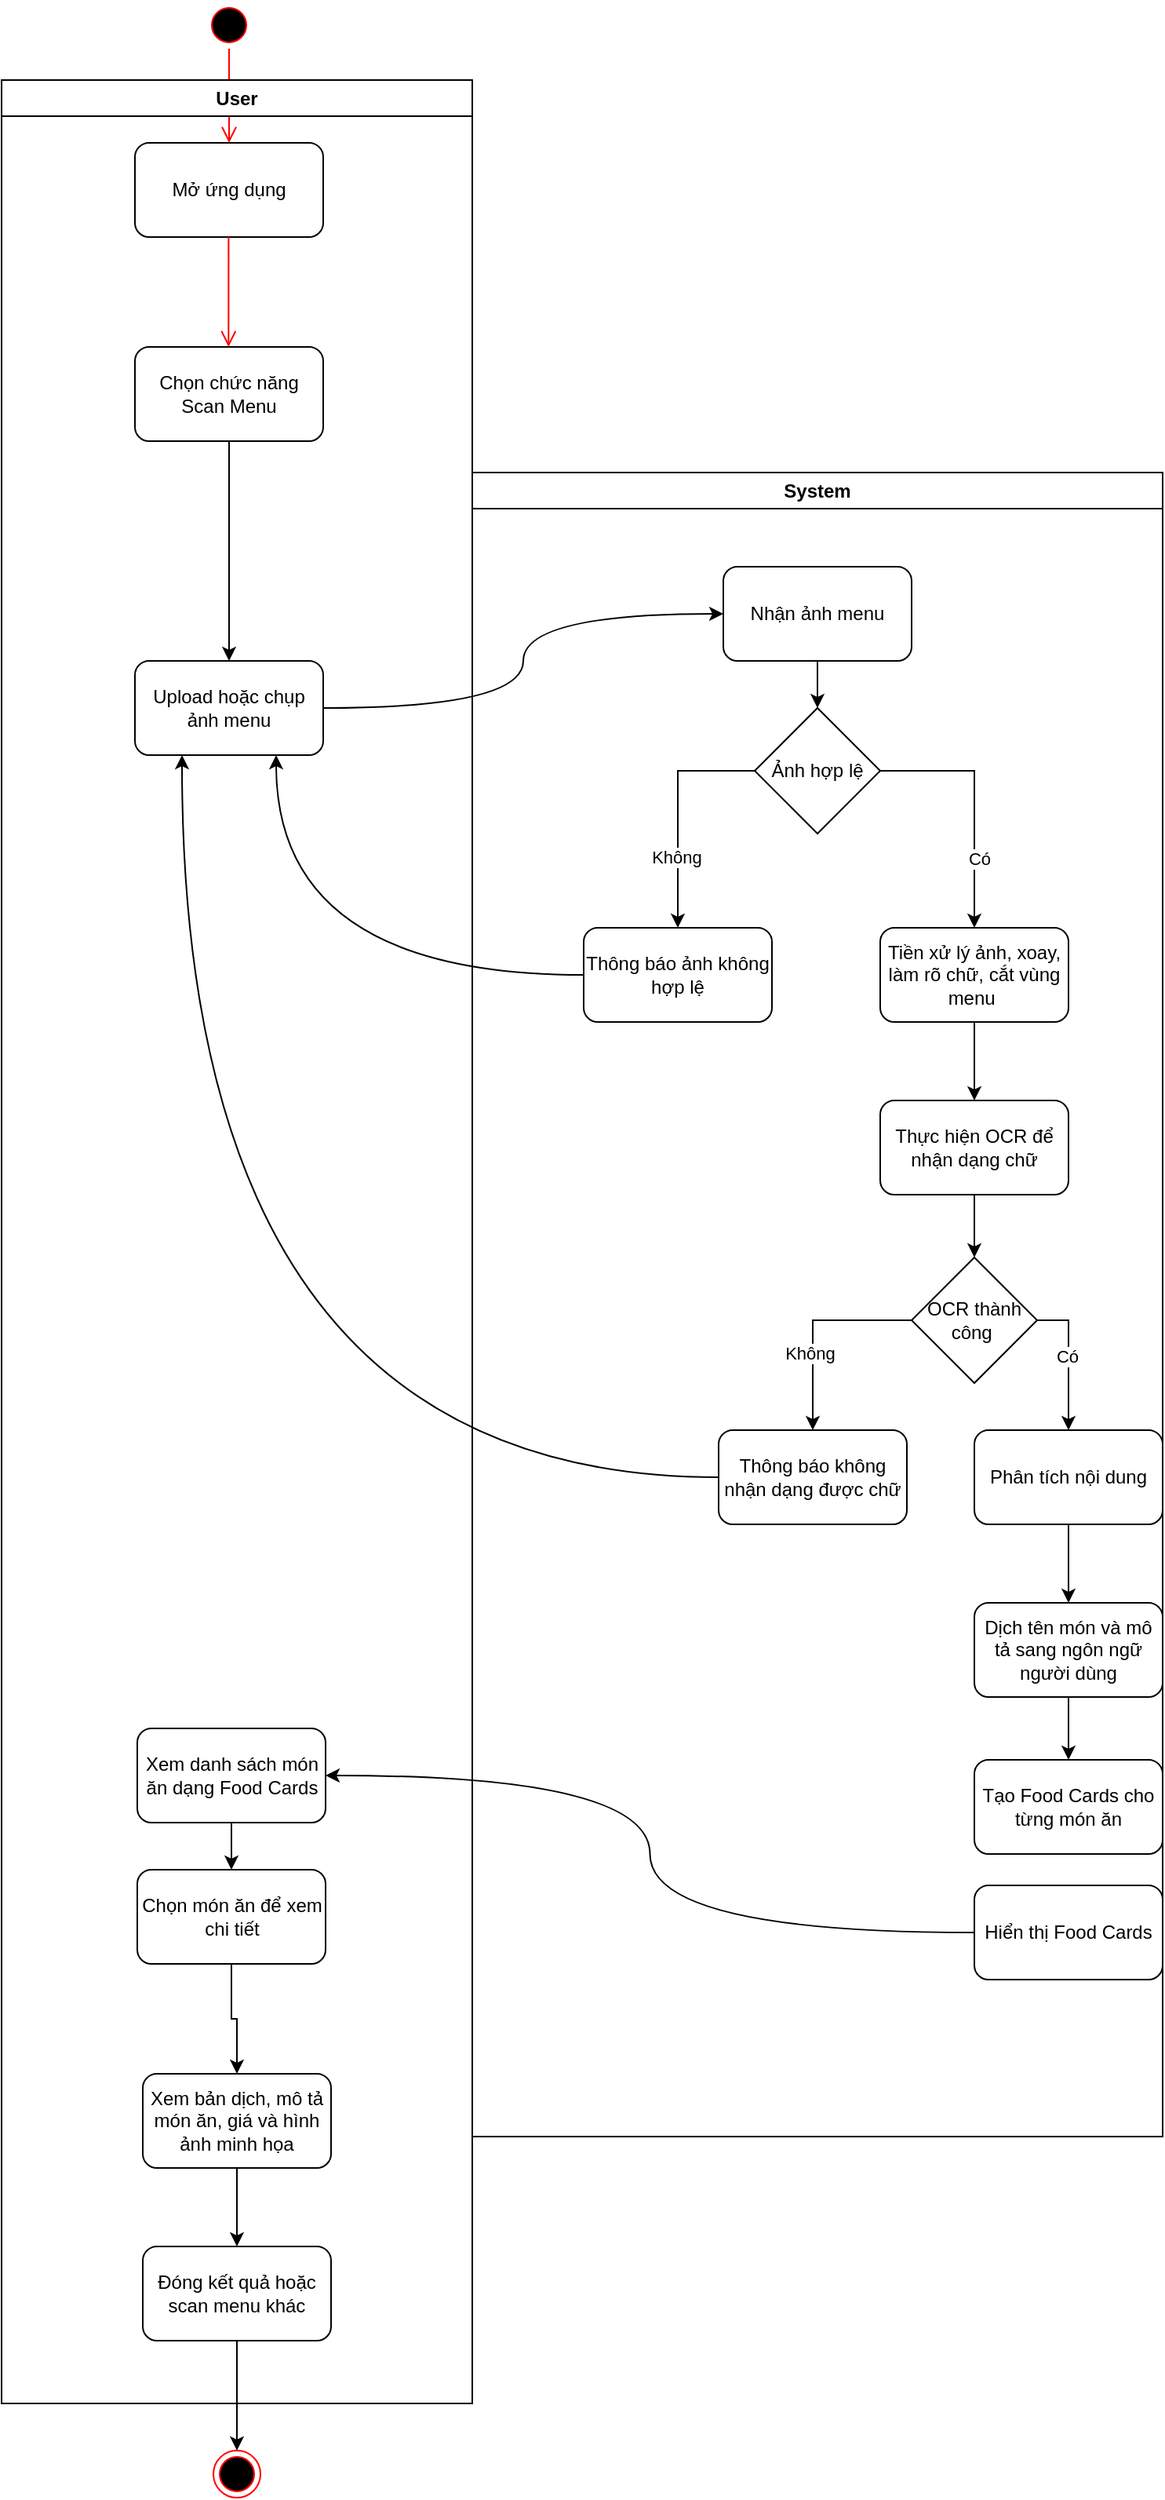
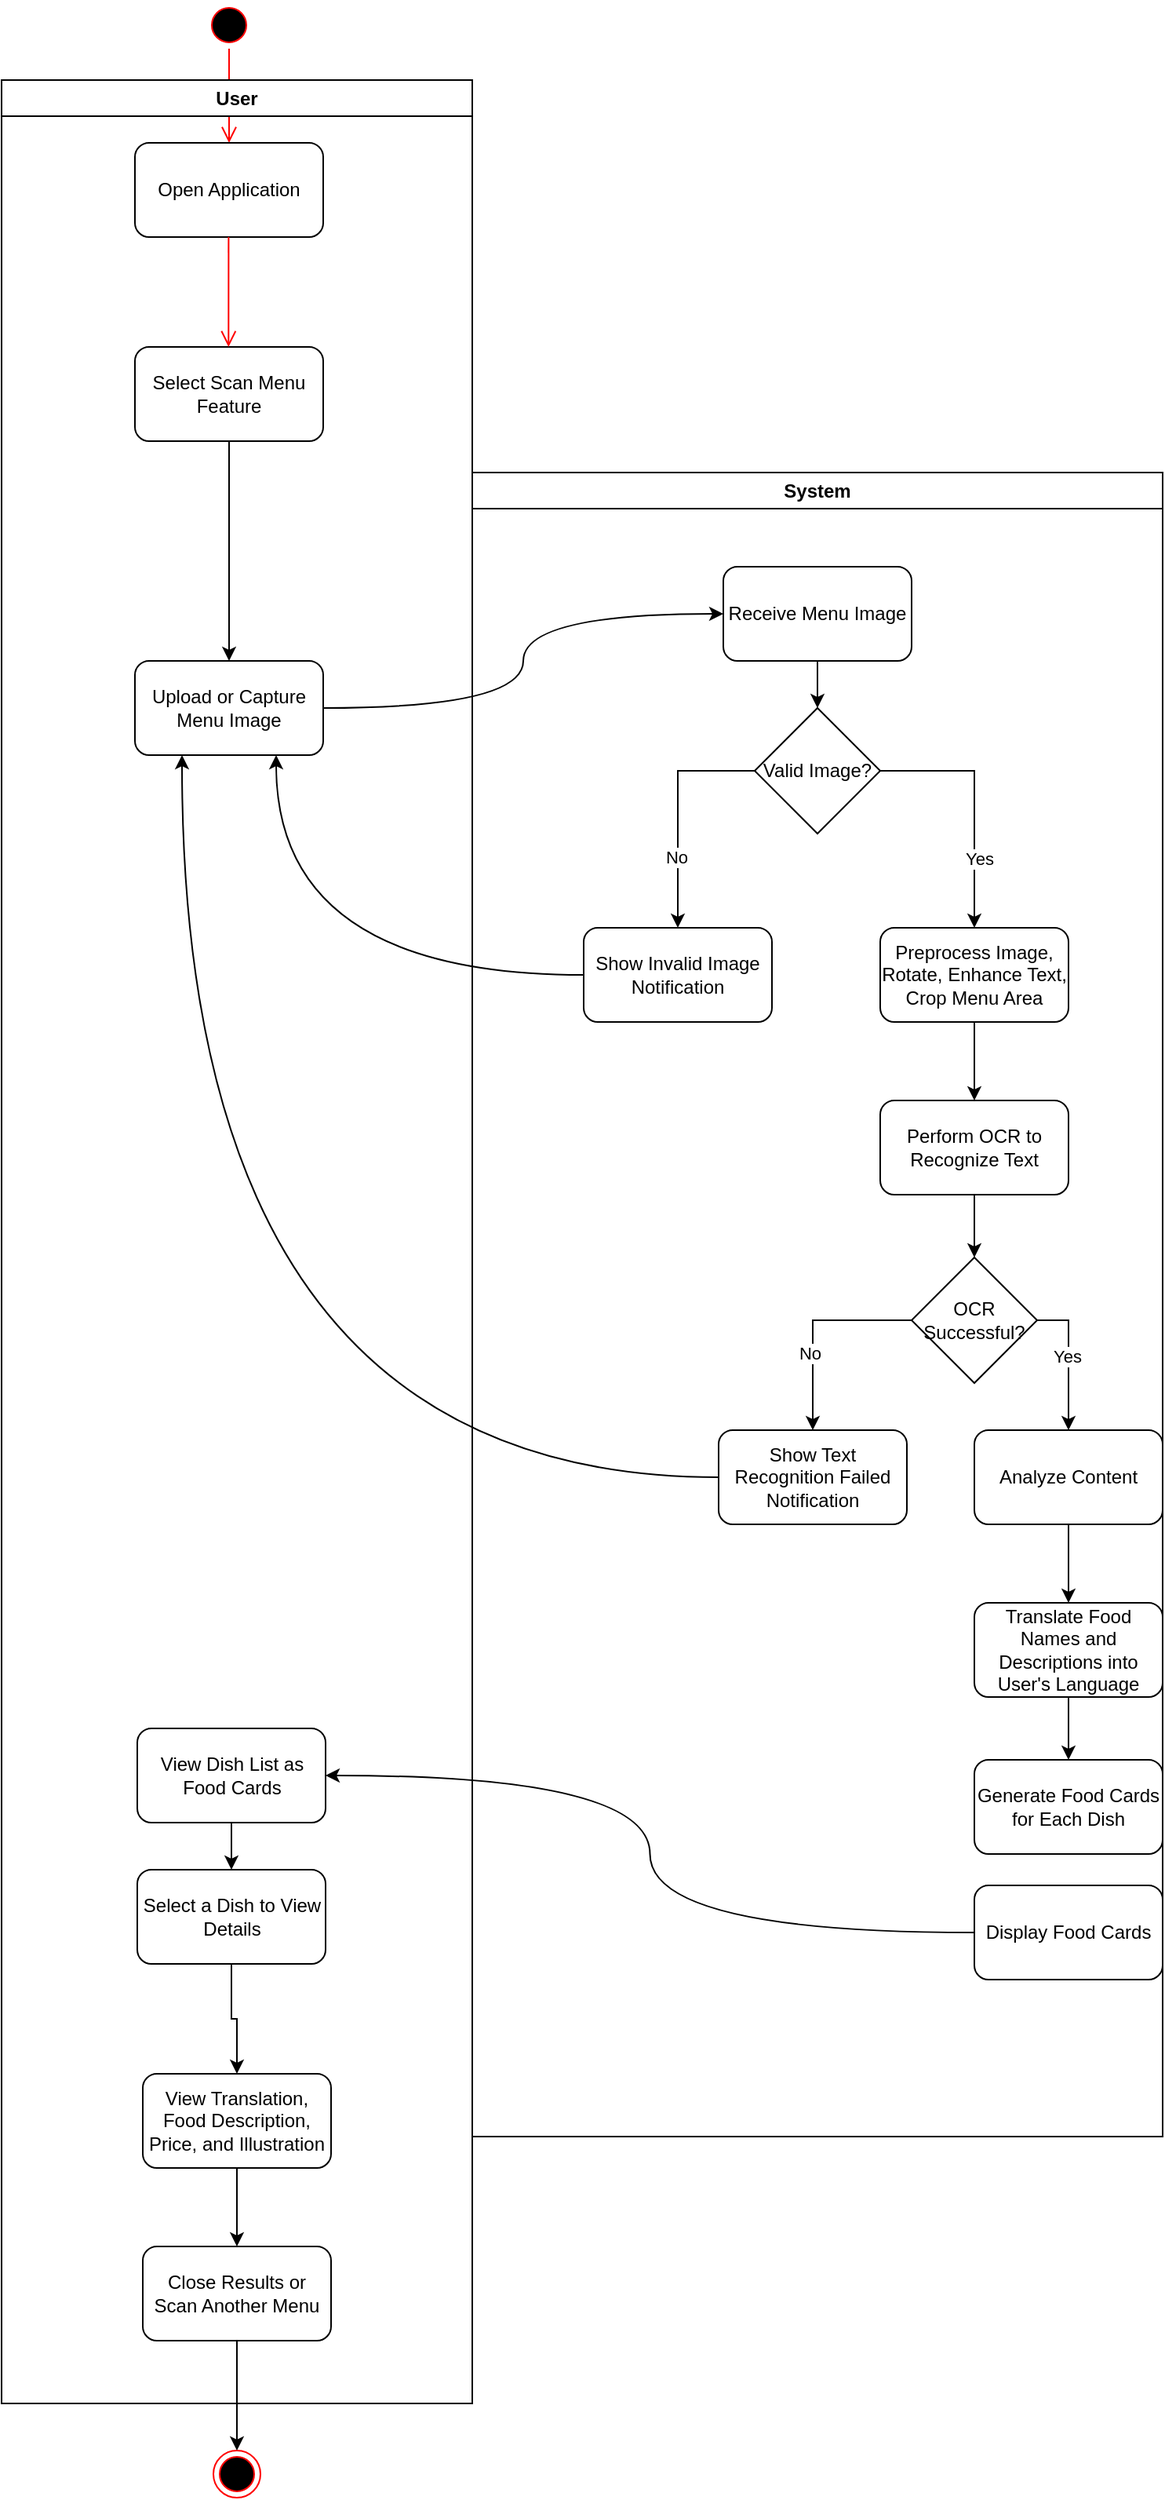
<mxfile host="app.diagrams.net" agent="Mozilla/5.0 (Windows NT 10.0; Win64; x64) AppleWebKit/537.36 (KHTML, like Gecko) Chrome/148.0.0.0 Safari/537.36">
  <diagram id="prtHgNgQTEPvFCAcTncT" name="Page-1">
    <mxGraphModel grid="1" page="1" gridSize="10" guides="1" tooltips="1" connect="1" arrows="1" fold="1" pageScale="1" pageWidth="827" pageHeight="1169" math="0" shadow="0">
      <root>
        <mxCell id="0" />
        <mxCell id="1" parent="0" />
        <mxCell id="zbaOaKJBuFZXvxgtPv2m-3" parent="1" style="ellipse;html=1;shape=startState;fillColor=#000000;strokeColor=#ff0000;" value="" vertex="1">
          <mxGeometry height="30" width="30" x="173" y="60" as="geometry" />
        </mxCell>
        <mxCell id="zbaOaKJBuFZXvxgtPv2m-4" edge="1" parent="1" source="zbaOaKJBuFZXvxgtPv2m-3" style="edgeStyle=orthogonalEdgeStyle;html=1;verticalAlign=bottom;endArrow=open;endSize=8;strokeColor=#ff0000;rounded=0;" value="">
          <mxGeometry relative="1" as="geometry">
            <mxPoint x="188" y="150" as="targetPoint" />
          </mxGeometry>
        </mxCell>
-         <mxCell id="zbaOaKJBuFZXvxgtPv2m-5" parent="1" style="rounded=1;whiteSpace=wrap;html=1;" value="Mở ứng dụng" vertex="1">
+         <mxCell id="zbaOaKJBuFZXvxgtPv2m-5" parent="1" style="rounded=1;whiteSpace=wrap;html=1;" value="Open Application" vertex="1">
          <mxGeometry height="60" width="120" x="128" y="150" as="geometry" />
        </mxCell>
        <mxCell id="zbaOaKJBuFZXvxgtPv2m-29" edge="1" parent="1" source="zbaOaKJBuFZXvxgtPv2m-6" style="edgeStyle=orthogonalEdgeStyle;rounded=0;orthogonalLoop=1;jettySize=auto;html=1;" target="zbaOaKJBuFZXvxgtPv2m-9" value="">
          <mxGeometry relative="1" as="geometry" />
        </mxCell>
-         <mxCell id="zbaOaKJBuFZXvxgtPv2m-6" parent="1" style="rounded=1;whiteSpace=wrap;html=1;" value="Chọn chức năng Scan Menu" vertex="1">
+         <mxCell id="zbaOaKJBuFZXvxgtPv2m-6" parent="1" style="rounded=1;whiteSpace=wrap;html=1;" value="Select Scan Menu Feature" vertex="1">
          <mxGeometry height="60" width="120" x="128" y="280" as="geometry" />
        </mxCell>
        <mxCell id="zbaOaKJBuFZXvxgtPv2m-8" edge="1" parent="1" style="edgeStyle=orthogonalEdgeStyle;html=1;verticalAlign=bottom;endArrow=open;endSize=8;strokeColor=#ff0000;rounded=0;" value="">
          <mxGeometry relative="1" as="geometry">
            <Array as="points">
              <mxPoint x="188" y="210" />
              <mxPoint x="188" y="210" />
            </Array>
            <mxPoint x="187.66" y="220" as="sourcePoint" />
            <mxPoint x="187.66" y="280" as="targetPoint" />
          </mxGeometry>
        </mxCell>
        <mxCell id="zbaOaKJBuFZXvxgtPv2m-23" parent="1" style="swimlane;whiteSpace=wrap;html=1;" value="&lt;div style=&quot;text-align: start;&quot;&gt;User&lt;/div&gt;" vertex="1">
          <mxGeometry height="1480" width="300" x="43" y="110" as="geometry" />
        </mxCell>
-         <mxCell id="zbaOaKJBuFZXvxgtPv2m-9" parent="zbaOaKJBuFZXvxgtPv2m-23" style="rounded=1;whiteSpace=wrap;html=1;" value="Upload hoặc chụp ảnh menu" vertex="1">
+         <mxCell id="zbaOaKJBuFZXvxgtPv2m-9" parent="zbaOaKJBuFZXvxgtPv2m-23" style="rounded=1;whiteSpace=wrap;html=1;" value="Upload or Capture Menu Image" vertex="1">
          <mxGeometry height="60" width="120" x="85" y="370" as="geometry" />
        </mxCell>
        <mxCell id="zbaOaKJBuFZXvxgtPv2m-47" edge="1" parent="zbaOaKJBuFZXvxgtPv2m-23" source="zbaOaKJBuFZXvxgtPv2m-27" style="edgeStyle=orthogonalEdgeStyle;rounded=0;orthogonalLoop=1;jettySize=auto;html=1;" target="zbaOaKJBuFZXvxgtPv2m-28" value="">
          <mxGeometry relative="1" as="geometry" />
        </mxCell>
-         <mxCell id="zbaOaKJBuFZXvxgtPv2m-27" parent="zbaOaKJBuFZXvxgtPv2m-23" style="rounded=1;whiteSpace=wrap;html=1;" value="Xem bản dịch, mô tả món ăn, giá và hình ảnh minh họa" vertex="1">
+         <mxCell id="zbaOaKJBuFZXvxgtPv2m-27" parent="zbaOaKJBuFZXvxgtPv2m-23" style="rounded=1;whiteSpace=wrap;html=1;" value="View Translation, Food Description, Price, and Illustration" vertex="1">
          <mxGeometry height="60" width="120" x="90" y="1270" as="geometry" />
        </mxCell>
-         <mxCell id="zbaOaKJBuFZXvxgtPv2m-28" parent="zbaOaKJBuFZXvxgtPv2m-23" style="rounded=1;whiteSpace=wrap;html=1;" value="Đóng kết quả hoặc scan menu khác" vertex="1">
+         <mxCell id="zbaOaKJBuFZXvxgtPv2m-28" parent="zbaOaKJBuFZXvxgtPv2m-23" style="rounded=1;whiteSpace=wrap;html=1;" value="Close Results or Scan Another Menu" vertex="1">
          <mxGeometry height="60" width="120" x="90" y="1380" as="geometry" />
        </mxCell>
        <mxCell id="zbaOaKJBuFZXvxgtPv2m-24" parent="1" style="swimlane;whiteSpace=wrap;html=1;" value="System" vertex="1">
          <mxGeometry height="1060" width="440" x="343" y="360" as="geometry" />
        </mxCell>
        <mxCell id="zbaOaKJBuFZXvxgtPv2m-32" edge="1" parent="zbaOaKJBuFZXvxgtPv2m-24" source="zbaOaKJBuFZXvxgtPv2m-10" style="edgeStyle=orthogonalEdgeStyle;rounded=0;orthogonalLoop=1;jettySize=auto;html=1;" target="zbaOaKJBuFZXvxgtPv2m-12" value="">
          <mxGeometry relative="1" as="geometry" />
        </mxCell>
-         <mxCell id="zbaOaKJBuFZXvxgtPv2m-10" parent="zbaOaKJBuFZXvxgtPv2m-24" style="rounded=1;whiteSpace=wrap;html=1;" value="Nhận ảnh menu" vertex="1">
+         <mxCell id="zbaOaKJBuFZXvxgtPv2m-10" parent="zbaOaKJBuFZXvxgtPv2m-24" style="rounded=1;whiteSpace=wrap;html=1;" value="Receive Menu Image" vertex="1">
          <mxGeometry height="60" width="120" x="160" y="60" as="geometry" />
        </mxCell>
        <mxCell id="zbaOaKJBuFZXvxgtPv2m-34" edge="1" parent="zbaOaKJBuFZXvxgtPv2m-24" source="zbaOaKJBuFZXvxgtPv2m-12" style="edgeStyle=orthogonalEdgeStyle;rounded=0;orthogonalLoop=1;jettySize=auto;html=1;exitX=0;exitY=0.5;exitDx=0;exitDy=0;entryX=0.5;entryY=0;entryDx=0;entryDy=0;" target="zbaOaKJBuFZXvxgtPv2m-11">
          <mxGeometry relative="1" as="geometry" />
        </mxCell>
-         <mxCell id="zbaOaKJBuFZXvxgtPv2m-51" connectable="0" parent="zbaOaKJBuFZXvxgtPv2m-34" style="edgeLabel;html=1;align=center;verticalAlign=middle;resizable=0;points=[];" value="Không" vertex="1">
+         <mxCell id="zbaOaKJBuFZXvxgtPv2m-51" connectable="0" parent="zbaOaKJBuFZXvxgtPv2m-34" style="edgeLabel;html=1;align=center;verticalAlign=middle;resizable=0;points=[];" value="No" vertex="1">
          <mxGeometry relative="1" x="0.3749" y="-1" as="geometry">
            <mxPoint y="1" as="offset" />
          </mxGeometry>
        </mxCell>
        <mxCell id="zbaOaKJBuFZXvxgtPv2m-35" edge="1" parent="zbaOaKJBuFZXvxgtPv2m-24" source="zbaOaKJBuFZXvxgtPv2m-12" style="edgeStyle=orthogonalEdgeStyle;rounded=0;orthogonalLoop=1;jettySize=auto;html=1;exitX=1;exitY=0.5;exitDx=0;exitDy=0;" target="zbaOaKJBuFZXvxgtPv2m-13">
          <mxGeometry relative="1" as="geometry" />
        </mxCell>
-         <mxCell id="zbaOaKJBuFZXvxgtPv2m-52" connectable="0" parent="zbaOaKJBuFZXvxgtPv2m-35" style="edgeLabel;html=1;align=center;verticalAlign=middle;resizable=0;points=[];" value="Có" vertex="1">
+         <mxCell id="zbaOaKJBuFZXvxgtPv2m-52" connectable="0" parent="zbaOaKJBuFZXvxgtPv2m-35" style="edgeLabel;html=1;align=center;verticalAlign=middle;resizable=0;points=[];" value="Yes" vertex="1">
          <mxGeometry relative="1" x="0.4441" y="3" as="geometry">
            <mxPoint as="offset" />
          </mxGeometry>
        </mxCell>
-         <mxCell id="zbaOaKJBuFZXvxgtPv2m-12" parent="zbaOaKJBuFZXvxgtPv2m-24" style="rhombus;whiteSpace=wrap;html=1;" value="Ảnh hợp lệ" vertex="1">
+         <mxCell id="zbaOaKJBuFZXvxgtPv2m-12" parent="zbaOaKJBuFZXvxgtPv2m-24" style="rhombus;whiteSpace=wrap;html=1;" value="Valid Image?" vertex="1">
          <mxGeometry height="80" width="80" x="180" y="150" as="geometry" />
        </mxCell>
-         <mxCell id="zbaOaKJBuFZXvxgtPv2m-11" parent="zbaOaKJBuFZXvxgtPv2m-24" style="rounded=1;whiteSpace=wrap;html=1;" value="Thông báo ảnh không hợp lệ" vertex="1">
+         <mxCell id="zbaOaKJBuFZXvxgtPv2m-11" parent="zbaOaKJBuFZXvxgtPv2m-24" style="rounded=1;whiteSpace=wrap;html=1;" value="Show Invalid Image Notification" vertex="1">
          <mxGeometry height="60" width="120" x="71" y="290" as="geometry" />
        </mxCell>
        <mxCell id="zbaOaKJBuFZXvxgtPv2m-36" edge="1" parent="zbaOaKJBuFZXvxgtPv2m-24" source="zbaOaKJBuFZXvxgtPv2m-13" style="edgeStyle=orthogonalEdgeStyle;rounded=0;orthogonalLoop=1;jettySize=auto;html=1;" target="zbaOaKJBuFZXvxgtPv2m-15" value="">
          <mxGeometry relative="1" as="geometry" />
        </mxCell>
-         <mxCell id="zbaOaKJBuFZXvxgtPv2m-13" parent="zbaOaKJBuFZXvxgtPv2m-24" style="rounded=1;whiteSpace=wrap;html=1;" value="Tiền xử lý ảnh, xoay, làm rõ chữ, cắt vùng menu&amp;nbsp;" vertex="1">
+         <mxCell id="zbaOaKJBuFZXvxgtPv2m-13" parent="zbaOaKJBuFZXvxgtPv2m-24" style="rounded=1;whiteSpace=wrap;html=1;" value="Preprocess Image, Rotate, Enhance Text, Crop Menu Area" vertex="1">
          <mxGeometry height="60" width="120" x="260" y="290" as="geometry" />
        </mxCell>
        <mxCell id="zbaOaKJBuFZXvxgtPv2m-37" edge="1" parent="zbaOaKJBuFZXvxgtPv2m-24" source="zbaOaKJBuFZXvxgtPv2m-15" style="edgeStyle=orthogonalEdgeStyle;rounded=0;orthogonalLoop=1;jettySize=auto;html=1;" target="zbaOaKJBuFZXvxgtPv2m-18" value="">
          <mxGeometry relative="1" as="geometry" />
        </mxCell>
-         <mxCell id="zbaOaKJBuFZXvxgtPv2m-15" parent="zbaOaKJBuFZXvxgtPv2m-24" style="rounded=1;whiteSpace=wrap;html=1;" value="Thực hiện OCR để nhận dạng chữ" vertex="1">
+         <mxCell id="zbaOaKJBuFZXvxgtPv2m-15" parent="zbaOaKJBuFZXvxgtPv2m-24" style="rounded=1;whiteSpace=wrap;html=1;" value="Perform OCR to Recognize Text" vertex="1">
          <mxGeometry height="60" width="120" x="260" y="400" as="geometry" />
        </mxCell>
        <mxCell id="zbaOaKJBuFZXvxgtPv2m-38" edge="1" parent="zbaOaKJBuFZXvxgtPv2m-24" source="zbaOaKJBuFZXvxgtPv2m-18" style="edgeStyle=orthogonalEdgeStyle;rounded=0;orthogonalLoop=1;jettySize=auto;html=1;exitX=0;exitY=0.5;exitDx=0;exitDy=0;entryX=0.5;entryY=0;entryDx=0;entryDy=0;" target="zbaOaKJBuFZXvxgtPv2m-19">
          <mxGeometry relative="1" as="geometry" />
        </mxCell>
-         <mxCell id="zbaOaKJBuFZXvxgtPv2m-53" connectable="0" parent="zbaOaKJBuFZXvxgtPv2m-38" style="edgeLabel;html=1;align=center;verticalAlign=middle;resizable=0;points=[];" value="Không" vertex="1">
+         <mxCell id="zbaOaKJBuFZXvxgtPv2m-53" connectable="0" parent="zbaOaKJBuFZXvxgtPv2m-38" style="edgeLabel;html=1;align=center;verticalAlign=middle;resizable=0;points=[];" value="No" vertex="1">
          <mxGeometry relative="1" x="0.2638" y="-2" as="geometry">
            <mxPoint as="offset" />
          </mxGeometry>
        </mxCell>
        <mxCell id="zbaOaKJBuFZXvxgtPv2m-39" edge="1" parent="zbaOaKJBuFZXvxgtPv2m-24" source="zbaOaKJBuFZXvxgtPv2m-18" style="edgeStyle=orthogonalEdgeStyle;rounded=0;orthogonalLoop=1;jettySize=auto;html=1;exitX=1;exitY=0.5;exitDx=0;exitDy=0;" target="zbaOaKJBuFZXvxgtPv2m-20">
          <mxGeometry relative="1" as="geometry" />
        </mxCell>
-         <mxCell id="zbaOaKJBuFZXvxgtPv2m-54" connectable="0" parent="zbaOaKJBuFZXvxgtPv2m-39" style="edgeLabel;html=1;align=center;verticalAlign=middle;resizable=0;points=[];" value="Có" vertex="1">
+         <mxCell id="zbaOaKJBuFZXvxgtPv2m-54" connectable="0" parent="zbaOaKJBuFZXvxgtPv2m-39" style="edgeLabel;html=1;align=center;verticalAlign=middle;resizable=0;points=[];" value="Yes" vertex="1">
          <mxGeometry relative="1" x="-0.052" y="-1" as="geometry">
            <mxPoint as="offset" />
          </mxGeometry>
        </mxCell>
-         <mxCell id="zbaOaKJBuFZXvxgtPv2m-18" parent="zbaOaKJBuFZXvxgtPv2m-24" style="rhombus;whiteSpace=wrap;html=1;" value="OCR thành công&amp;nbsp;" vertex="1">
+         <mxCell id="zbaOaKJBuFZXvxgtPv2m-18" parent="zbaOaKJBuFZXvxgtPv2m-24" style="rhombus;whiteSpace=wrap;html=1;" value="OCR Successful?" vertex="1">
          <mxGeometry height="80" width="80" x="280" y="500" as="geometry" />
        </mxCell>
-         <mxCell id="zbaOaKJBuFZXvxgtPv2m-19" parent="zbaOaKJBuFZXvxgtPv2m-24" style="rounded=1;whiteSpace=wrap;html=1;" value="Thông báo không nhận dạng được chữ" vertex="1">
+         <mxCell id="zbaOaKJBuFZXvxgtPv2m-19" parent="zbaOaKJBuFZXvxgtPv2m-24" style="rounded=1;whiteSpace=wrap;html=1;" value="Show Text Recognition Failed Notification" vertex="1">
          <mxGeometry height="60" width="120" x="157" y="610" as="geometry" />
        </mxCell>
        <mxCell id="zbaOaKJBuFZXvxgtPv2m-40" edge="1" parent="zbaOaKJBuFZXvxgtPv2m-24" source="zbaOaKJBuFZXvxgtPv2m-20" style="edgeStyle=orthogonalEdgeStyle;rounded=0;orthogonalLoop=1;jettySize=auto;html=1;" target="zbaOaKJBuFZXvxgtPv2m-21" value="">
          <mxGeometry relative="1" as="geometry" />
        </mxCell>
-         <mxCell id="zbaOaKJBuFZXvxgtPv2m-20" parent="zbaOaKJBuFZXvxgtPv2m-24" style="rounded=1;whiteSpace=wrap;html=1;" value="Phân tích nội dung" vertex="1">
+         <mxCell id="zbaOaKJBuFZXvxgtPv2m-20" parent="zbaOaKJBuFZXvxgtPv2m-24" style="rounded=1;whiteSpace=wrap;html=1;" value="Analyze Content" vertex="1">
          <mxGeometry height="60" width="120" x="320" y="610" as="geometry" />
        </mxCell>
        <mxCell id="zbaOaKJBuFZXvxgtPv2m-41" edge="1" parent="zbaOaKJBuFZXvxgtPv2m-24" source="zbaOaKJBuFZXvxgtPv2m-21" style="edgeStyle=orthogonalEdgeStyle;rounded=0;orthogonalLoop=1;jettySize=auto;html=1;" target="zbaOaKJBuFZXvxgtPv2m-22" value="">
          <mxGeometry relative="1" as="geometry" />
        </mxCell>
-         <mxCell id="zbaOaKJBuFZXvxgtPv2m-21" parent="zbaOaKJBuFZXvxgtPv2m-24" style="rounded=1;whiteSpace=wrap;html=1;" value="Dịch tên món và mô tả sang ngôn ngữ người dùng" vertex="1">
+         <mxCell id="zbaOaKJBuFZXvxgtPv2m-21" parent="zbaOaKJBuFZXvxgtPv2m-24" style="rounded=1;whiteSpace=wrap;html=1;" value="Translate Food Names and Descriptions into User's Language" vertex="1">
          <mxGeometry height="60" width="120" x="320" y="720" as="geometry" />
        </mxCell>
-         <mxCell id="zbaOaKJBuFZXvxgtPv2m-22" parent="zbaOaKJBuFZXvxgtPv2m-24" style="rounded=1;whiteSpace=wrap;html=1;" value="Tạo Food Cards cho từng món ăn" vertex="1">
+         <mxCell id="zbaOaKJBuFZXvxgtPv2m-22" parent="zbaOaKJBuFZXvxgtPv2m-24" style="rounded=1;whiteSpace=wrap;html=1;" value="Generate Food Cards for Each Dish" vertex="1">
          <mxGeometry height="60" width="120" x="320" y="820" as="geometry" />
        </mxCell>
-         <mxCell id="zbaOaKJBuFZXvxgtPv2m-43" parent="zbaOaKJBuFZXvxgtPv2m-24" style="rounded=1;whiteSpace=wrap;html=1;" value="Hiển thị Food Cards" vertex="1">
+         <mxCell id="zbaOaKJBuFZXvxgtPv2m-43" parent="zbaOaKJBuFZXvxgtPv2m-24" style="rounded=1;whiteSpace=wrap;html=1;" value="Display Food Cards" vertex="1">
          <mxGeometry height="60" width="120" x="320" y="900" as="geometry" />
        </mxCell>
        <mxCell id="zbaOaKJBuFZXvxgtPv2m-30" edge="1" parent="1" source="zbaOaKJBuFZXvxgtPv2m-9" style="edgeStyle=orthogonalEdgeStyle;rounded=0;orthogonalLoop=1;jettySize=auto;html=1;entryX=0;entryY=0.5;entryDx=0;entryDy=0;curved=1;" target="zbaOaKJBuFZXvxgtPv2m-10">
          <mxGeometry relative="1" as="geometry" />
        </mxCell>
        <mxCell id="zbaOaKJBuFZXvxgtPv2m-2" parent="1" style="ellipse;html=1;shape=endState;fillColor=#000000;strokeColor=#ff0000;" value="" vertex="1">
          <mxGeometry height="30" width="30" x="178" y="1620" as="geometry" />
        </mxCell>
        <mxCell id="zbaOaKJBuFZXvxgtPv2m-45" edge="1" parent="1" source="zbaOaKJBuFZXvxgtPv2m-25" style="edgeStyle=orthogonalEdgeStyle;rounded=0;orthogonalLoop=1;jettySize=auto;html=1;" target="zbaOaKJBuFZXvxgtPv2m-26" value="">
          <mxGeometry relative="1" as="geometry" />
        </mxCell>
-         <mxCell id="zbaOaKJBuFZXvxgtPv2m-25" parent="1" style="rounded=1;whiteSpace=wrap;html=1;" value="Xem danh sách món ăn dạng Food Cards" vertex="1">
+         <mxCell id="zbaOaKJBuFZXvxgtPv2m-25" parent="1" style="rounded=1;whiteSpace=wrap;html=1;" value="View Dish List as Food Cards" vertex="1">
          <mxGeometry height="60" width="120" x="129.5" y="1160" as="geometry" />
        </mxCell>
        <mxCell id="zbaOaKJBuFZXvxgtPv2m-46" edge="1" parent="1" source="zbaOaKJBuFZXvxgtPv2m-26" style="edgeStyle=orthogonalEdgeStyle;rounded=0;orthogonalLoop=1;jettySize=auto;html=1;" target="zbaOaKJBuFZXvxgtPv2m-27" value="">
          <mxGeometry relative="1" as="geometry" />
        </mxCell>
-         <mxCell id="zbaOaKJBuFZXvxgtPv2m-26" parent="1" style="rounded=1;whiteSpace=wrap;html=1;" value="Chọn món ăn để xem chi tiết" vertex="1">
+         <mxCell id="zbaOaKJBuFZXvxgtPv2m-26" parent="1" style="rounded=1;whiteSpace=wrap;html=1;" value="Select a Dish to View Details" vertex="1">
          <mxGeometry height="60" width="120" x="129.5" y="1250" as="geometry" />
        </mxCell>
        <mxCell id="zbaOaKJBuFZXvxgtPv2m-44" edge="1" parent="1" source="zbaOaKJBuFZXvxgtPv2m-43" style="edgeStyle=orthogonalEdgeStyle;rounded=0;orthogonalLoop=1;jettySize=auto;html=1;exitX=0;exitY=0.5;exitDx=0;exitDy=0;entryX=1;entryY=0.5;entryDx=0;entryDy=0;curved=1;" target="zbaOaKJBuFZXvxgtPv2m-25">
          <mxGeometry relative="1" as="geometry" />
        </mxCell>
        <mxCell id="zbaOaKJBuFZXvxgtPv2m-48" edge="1" parent="1" source="zbaOaKJBuFZXvxgtPv2m-28" style="edgeStyle=orthogonalEdgeStyle;rounded=0;orthogonalLoop=1;jettySize=auto;html=1;" target="zbaOaKJBuFZXvxgtPv2m-2" value="">
          <mxGeometry relative="1" as="geometry" />
        </mxCell>
        <mxCell id="zbaOaKJBuFZXvxgtPv2m-49" edge="1" parent="1" source="zbaOaKJBuFZXvxgtPv2m-11" style="edgeStyle=orthogonalEdgeStyle;rounded=0;orthogonalLoop=1;jettySize=auto;html=1;exitX=0;exitY=0.5;exitDx=0;exitDy=0;entryX=0.75;entryY=1;entryDx=0;entryDy=0;curved=1;" target="zbaOaKJBuFZXvxgtPv2m-9">
          <mxGeometry relative="1" as="geometry" />
        </mxCell>
        <mxCell id="zbaOaKJBuFZXvxgtPv2m-50" edge="1" parent="1" source="zbaOaKJBuFZXvxgtPv2m-19" style="edgeStyle=orthogonalEdgeStyle;rounded=0;orthogonalLoop=1;jettySize=auto;html=1;exitX=0;exitY=0.5;exitDx=0;exitDy=0;entryX=0.25;entryY=1;entryDx=0;entryDy=0;curved=1;" target="zbaOaKJBuFZXvxgtPv2m-9">
          <mxGeometry relative="1" as="geometry" />
        </mxCell>
      </root>
    </mxGraphModel>
  </diagram>
</mxfile>
+ 
